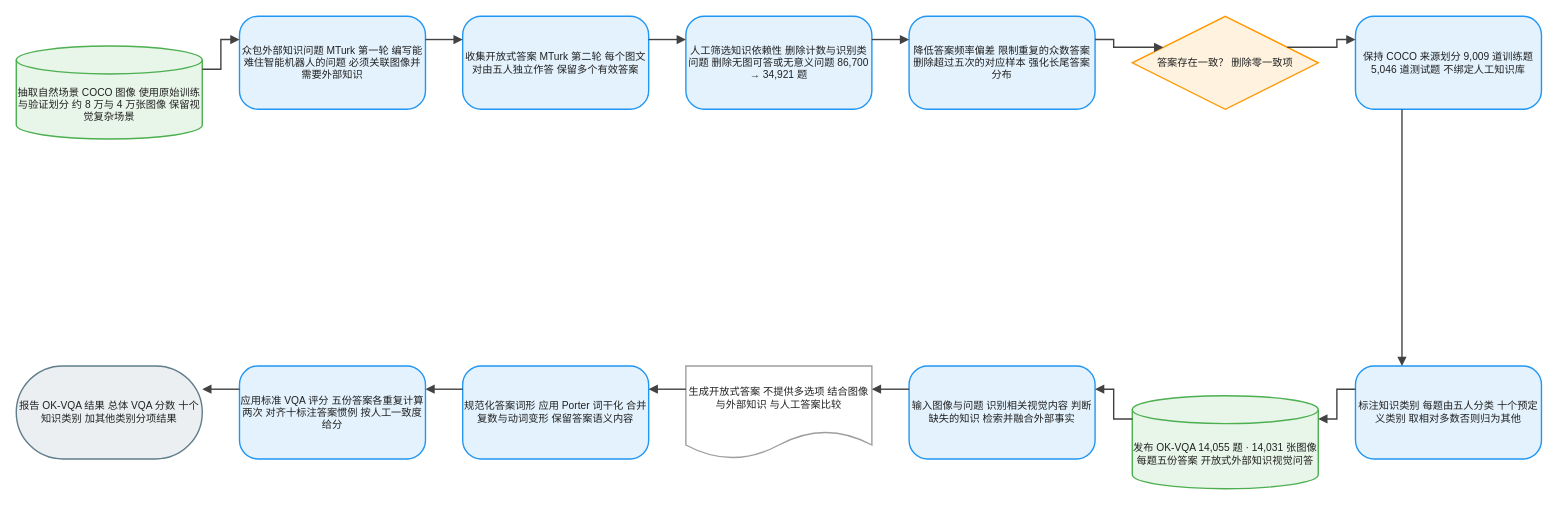
joe1chief/benchmark-hub keeps this draw.io diagram as client/public/drawio/OK-VQA/OK-VQA.zh.drawio. Above is the earlier version. Source tidied: cells renumbered, new cells numbered last; positions are measured from the earlier drawing's top-left corner, leaving out a move shared by most shapes. Both pictures are drawn from the tidied source at 93%, with x=0, y=0 at pixel (16, 16).
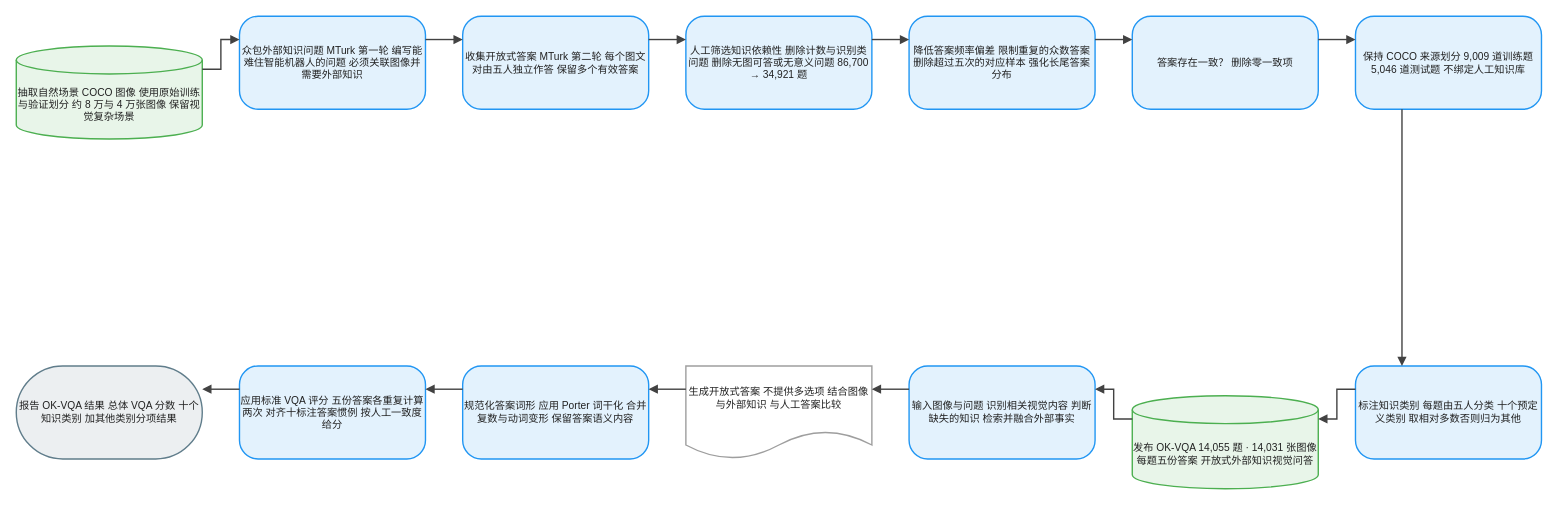
After the change.

The edit, as a diff of the source:
```diff
@@
-    <mxCell id="7" value="答案存在一致？ 删除零一致项" style="rhombus;html=1;whiteSpace=wrap;fillColor=#FFF3E0;strokeColor=#FF9800;strokeWidth=1.5;fontColor=#212121;fontSize=11;fontFamily=Arial, Helvetica, sans-serif;verticalAlign=middle;align=center;" parent="1" vertex="1">
+    <mxCell id="7" value="答案存在一致？ 删除零一致项" style="rounded=1;arcSize=20;html=1;whiteSpace=wrap;fillColor=#E3F2FD;strokeColor=#2196F3;strokeWidth=1.5;fontColor=#212121;fontSize=11;fontFamily=Arial, Helvetica, sans-serif;verticalAlign=middle;align=center;" parent="1" vertex="1">
       <mxGeometry x="1200" width="200" height="100" as="geometry" />
     </mxCell>
```
